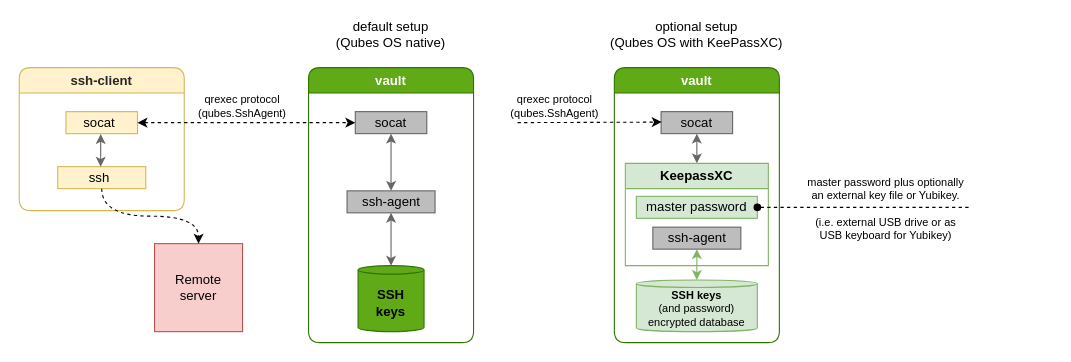
This is split-ssh5-keepassxc.drawio from ephemer4l/qubes-splitssh-diagram, a draw.io file, before an edit. Source tidied: cells renumbered, new cells numbered last; positions are measured from the earlier drawing's top-left corner, leaving out a move shared by most shapes. Both pictures are drawn from the tidied source at 110%, with x=0, y=0 at pixel (19, 23).
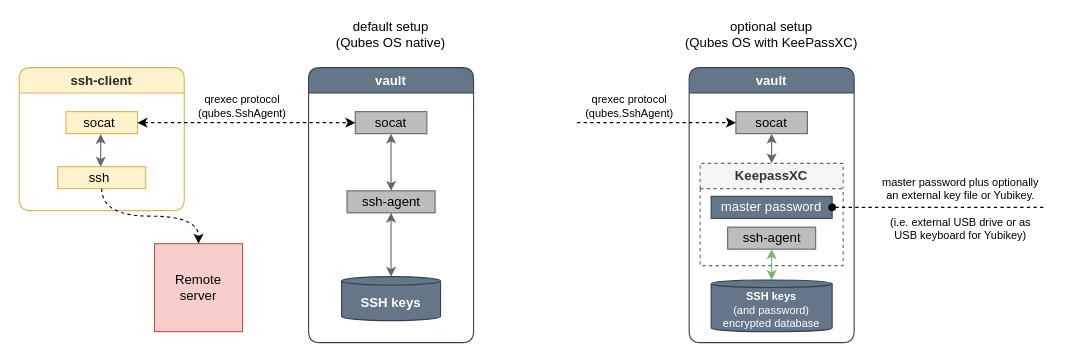
After the change.

Unchanged cells that the change refers to:
```xml
<mxCell id="3" style="rounded=0;whiteSpace=wrap;html=1;glass=0;comic=0;strokeWidth=1;fillColor=#BDBDBD;strokeColor=#666666;" parent="2" vertex="1">
  <mxGeometry x="42.5" y="40" width="65" height="20" as="geometry" />
</mxCell>
```

Diff of the diagram source:
```diff
@@
-    <mxCell id="2" value="vault" style="swimlane;whiteSpace=wrap;html=1;rounded=1;shadow=0;glass=0;comic=0;startSize=23;swimlaneFillColor=#ffffff;fontColor=#ffffff;fillColor=#60a917;strokeColor=#2D7600;" parent="1" vertex="1">
-      <mxGeometry x="541" y="40" width="150" height="250" as="geometry" />
+    <mxCell id="2" value="vault" style="swimlane;whiteSpace=wrap;html=1;rounded=1;shadow=0;glass=0;comic=0;startSize=23;swimlaneFillColor=#ffffff;fontColor=#ffffff;fillColor=#647687;strokeColor=#314354;" parent="1" vertex="1">
+      <mxGeometry x="609" y="40" width="150" height="250" as="geometry" />
     </mxCell>
@@
-    <mxCell id="6" value="KeepassXC" style="swimlane;whiteSpace=wrap;html=1;rounded=0;shadow=0;glass=0;comic=0;startSize=23;swimlaneFillColor=#ffffff;fillColor=#d5e8d4;strokeColor=#82b366;" parent="2" vertex="1">
+    <mxCell id="6" value="KeepassXC" style="swimlane;whiteSpace=wrap;html=1;rounded=0;shadow=0;glass=0;comic=0;startSize=23;swimlaneFillColor=#ffffff;fillColor=#f5f5f5;strokeColor=#666666;dashed=1;fontColor=#333333;" parent="2" vertex="1">
       <mxGeometry x="10" y="87" width="130" height="93" as="geometry" />
     </mxCell>
-    <mxCell id="7" style="shape=cylinder3;whiteSpace=wrap;html=1;boundedLbl=1;backgroundOutline=1;size=3.4285714285715017;rounded=0;glass=0;comic=0;strokeColor=#82b366;strokeWidth=1;fillColor=#d5e8d4;" parent="6" vertex="1">
+    <mxCell id="7" style="shape=cylinder3;whiteSpace=wrap;html=1;boundedLbl=1;backgroundOutline=1;size=3.4285714285715017;rounded=0;glass=0;comic=0;strokeColor=#314354;strokeWidth=1;fillColor=#647687;fontColor=#ffffff;" parent="6" vertex="1">
       <mxGeometry x="10" y="106" width="110" height="47" as="geometry" />
     </mxCell>
-    <mxCell id="8" value="&lt;div style=&quot;font-size: 10px&quot;&gt;&lt;b&gt;&lt;font style=&quot;font-size: 10px&quot; face=&quot;Helvetica&quot;&gt;SSH keys&lt;/font&gt;&lt;/b&gt;&lt;/div&gt;&lt;div style=&quot;font-size: 10px&quot;&gt;&lt;font style=&quot;font-size: 10px&quot; face=&quot;Helvetica&quot;&gt;(and password) encrypted database&lt;br&gt;&lt;/font&gt;&lt;/div&gt;" style="text;html=1;strokeColor=none;fillColor=none;align=center;verticalAlign=middle;whiteSpace=wrap;rounded=0;glass=0;comic=0;" parent="6" vertex="1">
-      <mxGeometry x="10" y="122" width="110" height="20" as="geometry" />
+    <mxCell id="8" value="&lt;div style=&quot;font-size: 10px&quot;&gt;&lt;b&gt;&lt;font style=&quot;font-size: 10px&quot; face=&quot;Helvetica&quot;&gt;SSH keys&lt;/font&gt;&lt;/b&gt;&lt;/div&gt;&lt;div style=&quot;font-size: 10px&quot;&gt;&lt;font style=&quot;font-size: 10px&quot; face=&quot;Helvetica&quot;&gt;(and password) encrypted database&lt;br&gt;&lt;/font&gt;&lt;/div&gt;" style="text;html=1;strokeColor=none;fillColor=none;align=center;verticalAlign=middle;whiteSpace=wrap;rounded=0;glass=0;comic=0;fontColor=#FFFFFF;" parent="6" vertex="1">
+      <mxGeometry x="10" y="123" width="110" height="20" as="geometry" />
     </mxCell>
-    <mxCell id="9" style="rounded=0;whiteSpace=wrap;html=1;glass=0;comic=0;strokeWidth=1;fillColor=#d5e8d4;strokeColor=#82b366;" parent="6" vertex="1">
-      <mxGeometry x="10" y="30" width="110" height="20" as="geometry" />
-    </mxCell>
@@
-    <mxCell id="13" value="&lt;div&gt;master password&lt;br&gt;&lt;/div&gt;" style="text;html=1;strokeColor=none;fillColor=none;align=center;verticalAlign=middle;whiteSpace=wrap;rounded=0;glass=0;comic=0;" parent="6" vertex="1">
-      <mxGeometry x="15" y="30" width="100" height="20" as="geometry" />
+    <mxCell id="13" value="&lt;div&gt;master password&lt;br&gt;&lt;/div&gt;" style="text;html=1;strokeColor=#314354;fillColor=#647687;align=center;verticalAlign=middle;whiteSpace=wrap;rounded=0;glass=0;comic=0;fontColor=#ffffff;" parent="6" vertex="1">
+      <mxGeometry x="10" y="30" width="110" height="20" as="geometry" />
     </mxCell>
-    <mxCell id="14" style="edgeStyle=orthogonalEdgeStyle;rounded=0;jettySize=auto;html=1;startArrow=oval;startFill=1;endArrow=none;endFill=0;dashed=1;exitX=1;exitY=0.5;exitDx=0;exitDy=0;" parent="2" edge="1" source="9">
+    <mxCell id="14" style="edgeStyle=orthogonalEdgeStyle;rounded=0;orthogonalLoop=1;jettySize=auto;html=1;startArrow=oval;startFill=1;endArrow=none;endFill=0;dashed=1;exitX=1;exitY=0.5;exitDx=0;exitDy=0;" parent="2" edge="1">
       <mxGeometry relative="1" as="geometry">
+        <mxPoint x="130" y="127" as="sourcePoint" />
         <mxPoint x="322" y="127" as="targetPoint" />
       </mxGeometry>
     </mxCell>
-    <mxCell id="15" value="vault" style="swimlane;whiteSpace=wrap;html=1;rounded=1;shadow=0;glass=0;comic=0;startSize=23;swimlaneFillColor=#ffffff;fontColor=#ffffff;fillColor=#60a917;strokeColor=#2D7600;" parent="1" vertex="1">
+    <mxCell id="15" value="vault" style="swimlane;whiteSpace=wrap;html=1;rounded=1;shadow=0;glass=0;comic=0;startSize=23;swimlaneFillColor=#ffffff;fontColor=#ffffff;fillColor=#647687;strokeColor=#314354;" parent="1" vertex="1">
       <mxGeometry x="263" y="40" width="150" height="250" as="geometry" />
     </mxCell>
-    <mxCell id="16" style="shape=cylinder3;whiteSpace=wrap;html=1;boundedLbl=1;backgroundOutline=1;size=3.857142857142833;rounded=0;glass=0;comic=0;strokeColor=#2D7600;strokeWidth=1;fillColor=#60a917;fontColor=#ffffff;" parent="15" vertex="1">
-      <mxGeometry x="45" y="180" width="60" height="60" as="geometry" />
+    <mxCell id="16" style="shape=cylinder3;whiteSpace=wrap;html=1;boundedLbl=1;backgroundOutline=1;size=3.857142857142833;rounded=0;glass=0;comic=0;strokeColor=#314354;strokeWidth=1;fillColor=#647687;fontColor=#ffffff;" parent="15" vertex="1">
+      <mxGeometry x="30" y="190" width="90" height="40" as="geometry" />
     </mxCell>
@@
-    <mxCell id="22" value="&lt;div&gt;&lt;b&gt;SSH keys&lt;/b&gt;&lt;/div&gt;" style="text;html=1;strokeColor=none;fillColor=none;align=center;verticalAlign=middle;whiteSpace=wrap;rounded=0;glass=0;comic=0;" parent="15" vertex="1">
-      <mxGeometry x="50" y="204" width="50" height="20" as="geometry" />
+    <mxCell id="22" value="&lt;div&gt;&lt;b&gt;SSH keys&lt;/b&gt;&lt;/div&gt;" style="text;html=1;strokeColor=none;fillColor=none;align=center;verticalAlign=middle;whiteSpace=wrap;rounded=0;glass=0;comic=0;fontColor=#FFFFFF;" parent="15" vertex="1">
+      <mxGeometry x="40" y="204" width="70" height="20" as="geometry" />
     </mxCell>
@@
-    <mxCell id="24" style="endArrow=classic;startArrow=none;html=1;entryX=0;entryY=0.5;entryDx=0;entryDy=0;dashed=1;startFill=0;" parent="15" edge="1">
+    <mxCell id="24" style="endArrow=classic;startArrow=none;html=1;entryX=0;entryY=0.5;entryDx=0;entryDy=0;dashed=1;startFill=0;" parent="15" edge="1" target="3">
       <mxGeometry relative="1" as="geometry">
-        <mxPoint x="190" y="50" as="sourcePoint" />
-        <mxPoint x="321" y="49.5" as="targetPoint" />
+        <mxPoint x="244" y="50" as="sourcePoint" />
       </mxGeometry>
     </mxCell>
@@
     <mxCell id="37" value="optional setup&lt;div&gt;(Qubes OS with KeePassXC)&lt;/div&gt;" style="text;html=1;strokeColor=none;fillColor=none;align=center;verticalAlign=middle;whiteSpace=wrap;rounded=0;" parent="1" vertex="1">
-      <mxGeometry x="531" width="170" height="20" as="geometry" />
+      <mxGeometry x="599" width="170" height="20" as="geometry" />
     </mxCell>
     <mxCell id="38" value="&lt;div style=&quot;font-size: 10px&quot;&gt;&lt;font style=&quot;font-size: 10px&quot;&gt;qrexec protocol&lt;/font&gt;&lt;/div&gt;&lt;div style=&quot;font-size: 10px&quot;&gt;&lt;font style=&quot;font-size: 10px&quot;&gt;(qubes.SshAgent)&lt;br&gt;&lt;/font&gt;&lt;/div&gt;" style="text;html=1;strokeColor=none;fillColor=none;align=center;verticalAlign=middle;whiteSpace=wrap;rounded=0;glass=0;comic=0;" parent="1" vertex="1">
-      <mxGeometry x="467" y="70" width="40" height="10" as="geometry" />
+      <mxGeometry x="535" y="70" width="40" height="10" as="geometry" />
     </mxCell>
     <mxCell id="39" value="&lt;div style=&quot;font-size: 10px&quot;&gt;&lt;font style=&quot;font-size: 10px&quot; face=&quot;Helvetica&quot;&gt;master password plus optionally an external key file or Yubikey.&lt;br&gt;&lt;/font&gt;&lt;/div&gt;&lt;div style=&quot;font-size: 10px&quot;&gt;&lt;font style=&quot;font-size: 10px&quot; face=&quot;Helvetica&quot;&gt;&lt;br&gt;&lt;/font&gt;&lt;/div&gt;&lt;div style=&quot;font-size: 10px&quot;&gt;&lt;font style=&quot;font-size: 10px&quot; face=&quot;Helvetica&quot;&gt;(i.e. external USB drive or as USB keyboard for Yubikey) &lt;br&gt;&lt;/font&gt;&lt;/div&gt;" style="text;html=1;strokeColor=none;fillColor=none;align=center;verticalAlign=middle;whiteSpace=wrap;rounded=0;" parent="1" vertex="1">
-      <mxGeometry x="712" y="135" width="152" height="65.5" as="geometry" />
+      <mxGeometry x="780" y="135" width="152" height="65.5" as="geometry" />
     </mxCell>
```
